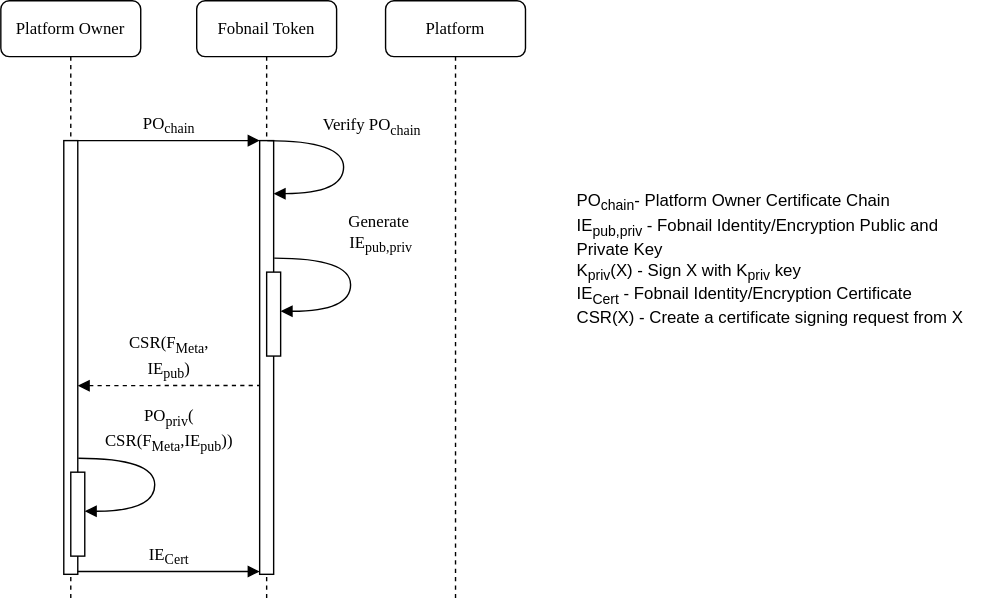
This is docs/images/Fobnail-flows-fobnail-provisioning.svg from fobnail/docs, a draw.io export, as it was before one commit. Source tidied: cells renumbered, new cells last; positions are measured from the earlier drawing's top-left corner, leaving out a move shared by most shapes. Source of this version:
```xml
<mxGraphModel>
  <root>
    <mxCell id="0" />
    <mxCell id="1" parent="0" />
    <mxCell id="2" value="Platform Owner&lt;span style=&quot;color: rgba(0 , 0 , 0 , 0) ; font-family: monospace ; font-size: 0px&quot;&gt;%3CmxGraphModel%3E%3Croot%3E%3CmxCell%20id%3D%220%22%2F%3E%3CmxCell%20id%3D%221%22%20parent%3D%220%22%2F%3E%3CmxCell%20id%3D%222%22%20value%3D%22%3AObject%22%20style%3D%22shape%3DumlLifeline%3Bperimeter%3DlifelinePerimeter%3BwhiteSpace%3Dwrap%3Bhtml%3D1%3Bcontainer%3D1%3Bcollapsible%3D0%3BrecursiveResize%3D0%3BoutlineConnect%3D0%3Brounded%3D1%3Bshadow%3D0%3Bcomic%3D0%3BlabelBackgroundColor%3Dnone%3BstrokeWidth%3D1%3BfontFamily%3DVerdana%3BfontSize%3D12%3Balign%3Dcenter%3B%22%20vertex%3D%221%22%20parent%3D%221%22%3E%3CmxGeometry%20x%3D%22110%22%20y%3D%2290%22%20width%3D%22100%22%20height%3D%22580%22%20as%3D%22geometry%22%2F%3E%3C%2FmxCell%3E%3CmxCell%20id%3D%223%22%20value%3D%22%22%20style%3D%22html%3D1%3Bpoints%3D%5B%5D%3Bperimeter%3DorthogonalPerimeter%3Brounded%3D0%3Bshadow%3D0%3Bcomic%3D0%3BlabelBackgroundColor%3Dnone%3BstrokeWidth%3D1%3BfontFamily%3DVerdana%3BfontSize%3D12%3Balign%3Dcenter%3B%22%20vertex%3D%221%22%20parent%3D%222%22%3E%3CmxGeometry%20x%3D%2245%22%20y%3D%22100%22%20width%3D%2210%22%20height%3D%22440%22%20as%3D%22geometry%22%2F%3E%3C%2FmxCell%3E%3C%2Froot%3E%3C%2FmxGraphModel%3E&lt;/span&gt;" style="shape=umlLifeline;perimeter=lifelinePerimeter;whiteSpace=wrap;html=1;rounded=1;shadow=0;comic=0;labelBackgroundColor=none;strokeWidth=1;fontFamily=Verdana;fontSize=12;align=center;" parent="1" vertex="1">
      <mxGeometry width="100" height="430" as="geometry" />
    </mxCell>
    <mxCell id="3" style="html=1;perimeter=orthogonalPerimeter;rounded=0;shadow=0;comic=0;labelBackgroundColor=none;strokeWidth=1;fontFamily=Verdana;fontSize=12;align=center;" parent="2" vertex="1">
      <mxGeometry x="45" y="100" width="10" height="310" as="geometry" />
    </mxCell>
    <mxCell id="4" value="Fobnail Token" style="shape=umlLifeline;perimeter=lifelinePerimeter;whiteSpace=wrap;html=1;outlineConnect=0;rounded=1;shadow=0;comic=0;labelBackgroundColor=none;strokeWidth=1;fontFamily=Verdana;fontSize=12;align=center;" parent="1" vertex="1">
      <mxGeometry x="140" width="100" height="430" as="geometry" />
    </mxCell>
    <mxCell id="5" style="html=1;points=[];perimeter=orthogonalPerimeter;rounded=0;shadow=0;comic=0;labelBackgroundColor=none;strokeWidth=1;fontFamily=Verdana;fontSize=12;align=center;" parent="4" vertex="1">
      <mxGeometry x="45" y="100" width="10" height="310" as="geometry" />
    </mxCell>
    <mxCell id="6" style="html=1;perimeter=orthogonalPerimeter;rounded=0;shadow=0;comic=0;labelBackgroundColor=none;strokeWidth=1;fontFamily=Verdana;fontSize=12;align=center;" parent="4" vertex="1">
      <mxGeometry x="50" y="194" width="10" height="60" as="geometry" />
    </mxCell>
    <mxCell id="7" value="Platform" style="shape=umlLifeline;perimeter=lifelinePerimeter;whiteSpace=wrap;html=1;rounded=1;shadow=0;comic=0;labelBackgroundColor=none;strokeWidth=1;fontFamily=Verdana;fontSize=12;align=center;" parent="1" vertex="1">
      <mxGeometry x="275" width="100" height="430" as="geometry" />
    </mxCell>
    <mxCell id="8" value="PO&lt;sub&gt;chain&lt;/sub&gt;" style="html=1;verticalAlign=bottom;endArrow=block;labelBackgroundColor=none;fontFamily=Verdana;fontSize=12;edgeStyle=elbowEdgeStyle;elbow=vertical;" parent="1" edge="1" target="5">
      <mxGeometry relative="1" as="geometry">
        <mxPoint x="55" y="100" as="sourcePoint" />
      </mxGeometry>
    </mxCell>
    <mxCell id="9" value="Generate&lt;br&gt;&lt;div&gt;&amp;nbsp;IE&lt;sub&gt;pub,priv&lt;/sub&gt;&lt;/div&gt;" style="html=1;verticalAlign=bottom;endArrow=block;labelBackgroundColor=none;fontFamily=Verdana;fontSize=12;elbow=vertical;edgeStyle=orthogonalEdgeStyle;curved=1;entryX=1;entryY=0.286;entryPerimeter=0;exitX=1.038;exitY=0.345;exitPerimeter=0;" parent="1" edge="1">
      <mxGeometry x="-0.22" y="20" relative="1" as="geometry">
        <mxPoint x="195.4" y="184" as="sourcePoint" />
        <mxPoint x="200" y="221.9" as="targetPoint" />
        <Array as="points">
          <mxPoint x="250" y="183.9" />
          <mxPoint x="250" y="221.9" />
        </Array>
      </mxGeometry>
    </mxCell>
    <mxCell id="10" value="Verify PO&lt;sub&gt;chain&lt;/sub&gt;" style="html=1;verticalAlign=bottom;endArrow=block;labelBackgroundColor=none;fontFamily=Verdana;fontSize=12;elbow=vertical;edgeStyle=orthogonalEdgeStyle;curved=1;entryX=1;entryY=0.286;entryPerimeter=0;exitX=1.038;exitY=0.345;exitPerimeter=0;" parent="1" edge="1">
      <mxGeometry x="-0.22" y="20" relative="1" as="geometry">
        <mxPoint x="190.4" y="100" as="sourcePoint" />
        <mxPoint x="195" y="137.9" as="targetPoint" />
        <Array as="points">
          <mxPoint x="245" y="99.9" />
          <mxPoint x="245" y="137.9" />
        </Array>
      </mxGeometry>
    </mxCell>
    <mxCell id="11" value="&lt;span style=&quot;font-family: &amp;quot;verdana&amp;quot;&quot;&gt;CSR&lt;/span&gt;&lt;span style=&quot;font-family: &amp;quot;verdana&amp;quot;&quot;&gt;(F&lt;/span&gt;&lt;sub style=&quot;font-family: &amp;quot;verdana&amp;quot;&quot;&gt;Meta&lt;/sub&gt;&lt;span style=&quot;font-family: &amp;quot;verdana&amp;quot;&quot;&gt;, &lt;br&gt;&lt;/span&gt;&lt;span style=&quot;font-family: &amp;quot;verdana&amp;quot;&quot;&gt;IE&lt;/span&gt;&lt;sub style=&quot;font-family: &amp;quot;verdana&amp;quot;&quot;&gt;pub&lt;/sub&gt;&lt;span style=&quot;font-family: &amp;quot;verdana&amp;quot;&quot;&gt;)&lt;/span&gt;" style="html=1;verticalAlign=bottom;endArrow=none;entryX=0;entryY=0;labelBackgroundColor=none;fontFamily=Verdana;fontSize=12;edgeStyle=elbowEdgeStyle;elbow=vertical;startArrow=block;startFill=1;endFill=0;dashed=1;" parent="1" edge="1">
      <mxGeometry relative="1" as="geometry">
        <mxPoint x="55" y="275.2" as="sourcePoint" />
        <mxPoint x="185" y="275.2" as="targetPoint" />
      </mxGeometry>
    </mxCell>
    <mxCell id="12" style="html=1;perimeter=orthogonalPerimeter;rounded=0;shadow=0;comic=0;labelBackgroundColor=none;strokeWidth=1;fontFamily=Verdana;fontSize=12;align=center;" parent="1" vertex="1">
      <mxGeometry x="50" y="337" width="10" height="60" as="geometry" />
    </mxCell>
    <mxCell id="13" value="&lt;div&gt;PO&lt;sub&gt;priv&lt;/sub&gt;(&lt;/div&gt;&lt;div&gt;CSR(F&lt;sub&gt;Meta&lt;/sub&gt;,IE&lt;sub&gt;pub&lt;/sub&gt;))&lt;/div&gt;" style="html=1;verticalAlign=bottom;endArrow=block;labelBackgroundColor=none;fontFamily=Verdana;fontSize=12;elbow=vertical;edgeStyle=orthogonalEdgeStyle;curved=1;entryX=1;entryY=0.286;entryPerimeter=0;exitX=1.038;exitY=0.345;exitPerimeter=0;" parent="1" edge="1">
      <mxGeometry x="-0.23" y="10" relative="1" as="geometry">
        <mxPoint x="55.4" y="327" as="sourcePoint" />
        <mxPoint x="60" y="364.9" as="targetPoint" />
        <Array as="points">
          <mxPoint x="110" y="326.9" />
          <mxPoint x="110" y="364.9" />
        </Array>
      </mxGeometry>
    </mxCell>
    <mxCell id="14" value="IE&lt;sub&gt;Cert&lt;/sub&gt;" style="html=1;verticalAlign=bottom;endArrow=block;entryX=0;entryY=0;labelBackgroundColor=none;fontFamily=Verdana;fontSize=12;edgeStyle=elbowEdgeStyle;elbow=vertical;" parent="1" edge="1">
      <mxGeometry relative="1" as="geometry">
        <mxPoint x="55" y="408" as="sourcePoint" />
        <mxPoint x="185" y="408" as="targetPoint" />
      </mxGeometry>
    </mxCell>
    <mxCell id="15" value="PO&lt;sub&gt;chain&lt;/sub&gt;- Platform Owner Certificate Chain&lt;br&gt;IE&lt;sub&gt;pub,priv&lt;/sub&gt;&amp;nbsp;- Fobnail Identity/Encryption Public and Private Key&lt;br&gt;K&lt;sub&gt;priv&lt;/sub&gt;(X)&amp;nbsp;- Sign X with K&lt;sub&gt;priv&lt;/sub&gt;&amp;nbsp;key&lt;br&gt;IE&lt;sub&gt;Cert&lt;/sub&gt;&amp;nbsp;- Fobnail Identity/Encryption Certificate&lt;br&gt;CSR(X) - Create a certificate signing request from X" style="text;html=1;strokeColor=none;fillColor=none;align=left;verticalAlign=middle;whiteSpace=wrap;rounded=0;" parent="1" vertex="1">
      <mxGeometry x="410" y="130" width="300" height="110" as="geometry" />
    </mxCell>
  </root>
</mxGraphModel>
```
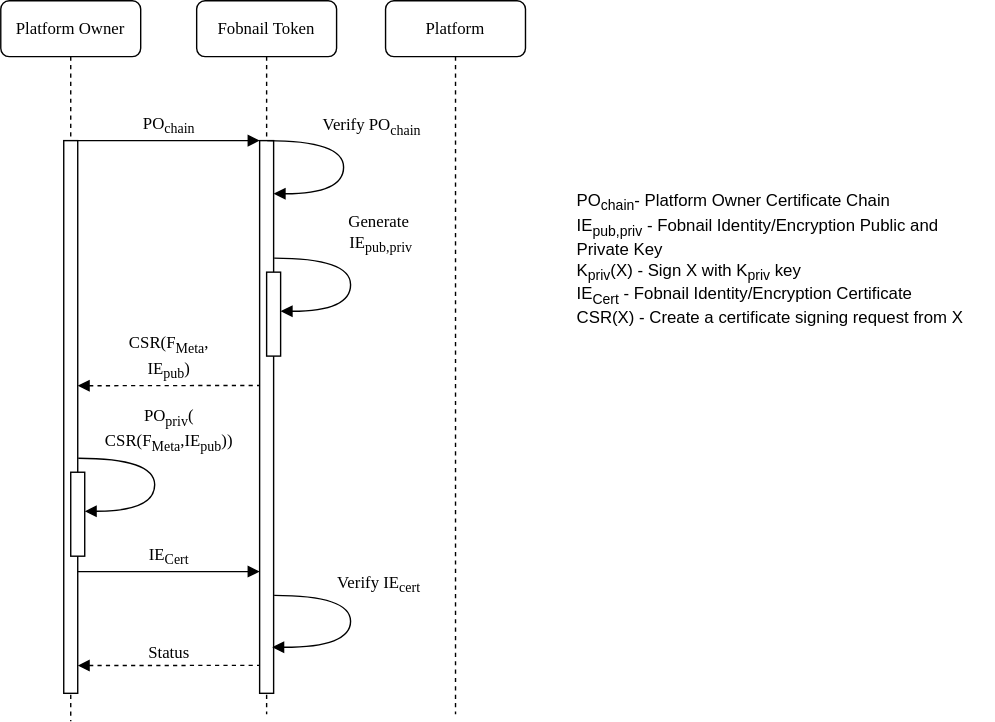
The same file after the commit.

Change to the diagram source:
```diff
@@ -3,22 +3,28 @@
     <mxCell id="0" />
     <mxCell id="1" parent="0" />
     <mxCell id="2" value="Platform Owner&lt;span style=&quot;color: rgba(0 , 0 , 0 , 0) ; font-family: monospace ; font-size: 0px&quot;&gt;%3CmxGraphModel%3E%3Croot%3E%3CmxCell%20id%3D%220%22%2F%3E%3CmxCell%20id%3D%221%22%20parent%3D%220%22%2F%3E%3CmxCell%20id%3D%222%22%20value%3D%22%3AObject%22%20style%3D%22shape%3DumlLifeline%3Bperimeter%3DlifelinePerimeter%3BwhiteSpace%3Dwrap%3Bhtml%3D1%3Bcontainer%3D1%3Bcollapsible%3D0%3BrecursiveResize%3D0%3BoutlineConnect%3D0%3Brounded%3D1%3Bshadow%3D0%3Bcomic%3D0%3BlabelBackgroundColor%3Dnone%3BstrokeWidth%3D1%3BfontFamily%3DVerdana%3BfontSize%3D12%3Balign%3Dcenter%3B%22%20vertex%3D%221%22%20parent%3D%221%22%3E%3CmxGeometry%20x%3D%22110%22%20y%3D%2290%22%20width%3D%22100%22%20height%3D%22580%22%20as%3D%22geometry%22%2F%3E%3C%2FmxCell%3E%3CmxCell%20id%3D%223%22%20value%3D%22%22%20style%3D%22html%3D1%3Bpoints%3D%5B%5D%3Bperimeter%3DorthogonalPerimeter%3Brounded%3D0%3Bshadow%3D0%3Bcomic%3D0%3BlabelBackgroundColor%3Dnone%3BstrokeWidth%3D1%3BfontFamily%3DVerdana%3BfontSize%3D12%3Balign%3Dcenter%3B%22%20vertex%3D%221%22%20parent%3D%222%22%3E%3CmxGeometry%20x%3D%2245%22%20y%3D%22100%22%20width%3D%2210%22%20height%3D%22440%22%20as%3D%22geometry%22%2F%3E%3C%2FmxCell%3E%3C%2Froot%3E%3C%2FmxGraphModel%3E&lt;/span&gt;" style="shape=umlLifeline;perimeter=lifelinePerimeter;whiteSpace=wrap;html=1;rounded=1;shadow=0;comic=0;labelBackgroundColor=none;strokeWidth=1;fontFamily=Verdana;fontSize=12;align=center;" parent="1" vertex="1">
-      <mxGeometry width="100" height="430" as="geometry" />
+      <mxGeometry width="100" height="515" as="geometry" />
     </mxCell>
     <mxCell id="3" style="html=1;perimeter=orthogonalPerimeter;rounded=0;shadow=0;comic=0;labelBackgroundColor=none;strokeWidth=1;fontFamily=Verdana;fontSize=12;align=center;" parent="2" vertex="1">
-      <mxGeometry x="45" y="100" width="10" height="310" as="geometry" />
+      <mxGeometry x="45" y="100" width="10" height="395" as="geometry" />
     </mxCell>
     <mxCell id="4" value="Fobnail Token" style="shape=umlLifeline;perimeter=lifelinePerimeter;whiteSpace=wrap;html=1;outlineConnect=0;rounded=1;shadow=0;comic=0;labelBackgroundColor=none;strokeWidth=1;fontFamily=Verdana;fontSize=12;align=center;" parent="1" vertex="1">
-      <mxGeometry x="140" width="100" height="430" as="geometry" />
+      <mxGeometry x="140" width="100" height="510" as="geometry" />
     </mxCell>
     <mxCell id="5" style="html=1;points=[];perimeter=orthogonalPerimeter;rounded=0;shadow=0;comic=0;labelBackgroundColor=none;strokeWidth=1;fontFamily=Verdana;fontSize=12;align=center;" parent="4" vertex="1">
-      <mxGeometry x="45" y="100" width="10" height="310" as="geometry" />
+      <mxGeometry x="45" y="100" width="10" height="395" as="geometry" />
     </mxCell>
     <mxCell id="6" style="html=1;perimeter=orthogonalPerimeter;rounded=0;shadow=0;comic=0;labelBackgroundColor=none;strokeWidth=1;fontFamily=Verdana;fontSize=12;align=center;" parent="4" vertex="1">
       <mxGeometry x="50" y="194" width="10" height="60" as="geometry" />
     </mxCell>
+    <mxCell id="16" value="&lt;font face=&quot;verdana&quot;&gt;Status&lt;/font&gt;" style="html=1;verticalAlign=bottom;endArrow=none;entryX=0;entryY=0;labelBackgroundColor=none;fontFamily=Verdana;fontSize=12;edgeStyle=elbowEdgeStyle;elbow=vertical;startArrow=block;startFill=1;endFill=0;dashed=1;" parent="4" edge="1">
+      <mxGeometry relative="1" as="geometry">
+        <mxPoint x="-85" y="475.2" as="sourcePoint" />
+        <mxPoint x="45" y="475.2" as="targetPoint" />
+      </mxGeometry>
+    </mxCell>
     <mxCell id="7" value="Platform" style="shape=umlLifeline;perimeter=lifelinePerimeter;whiteSpace=wrap;html=1;rounded=1;shadow=0;comic=0;labelBackgroundColor=none;strokeWidth=1;fontFamily=Verdana;fontSize=12;align=center;" parent="1" vertex="1">
-      <mxGeometry x="275" width="100" height="430" as="geometry" />
+      <mxGeometry x="275" width="100" height="510" as="geometry" />
     </mxCell>
     <mxCell id="8" value="PO&lt;sub&gt;chain&lt;/sub&gt;" style="html=1;verticalAlign=bottom;endArrow=block;labelBackgroundColor=none;fontFamily=Verdana;fontSize=12;edgeStyle=elbowEdgeStyle;elbow=vertical;" parent="1" edge="1" target="5">
       <mxGeometry relative="1" as="geometry">
@@ -73,5 +79,14 @@
     <mxCell id="15" value="PO&lt;sub&gt;chain&lt;/sub&gt;- Platform Owner Certificate Chain&lt;br&gt;IE&lt;sub&gt;pub,priv&lt;/sub&gt;&amp;nbsp;- Fobnail Identity/Encryption Public and Private Key&lt;br&gt;K&lt;sub&gt;priv&lt;/sub&gt;(X)&amp;nbsp;- Sign X with K&lt;sub&gt;priv&lt;/sub&gt;&amp;nbsp;key&lt;br&gt;IE&lt;sub&gt;Cert&lt;/sub&gt;&amp;nbsp;- Fobnail Identity/Encryption Certificate&lt;br&gt;CSR(X) - Create a certificate signing request from X" style="text;html=1;strokeColor=none;fillColor=none;align=left;verticalAlign=middle;whiteSpace=wrap;rounded=0;" parent="1" vertex="1">
       <mxGeometry x="410" y="130" width="300" height="110" as="geometry" />
     </mxCell>
+    <mxCell id="17" value="Verify IE&lt;sub&gt;cert&lt;br&gt;&lt;/sub&gt;" style="html=1;verticalAlign=bottom;endArrow=block;labelBackgroundColor=none;fontFamily=Verdana;fontSize=12;elbow=vertical;edgeStyle=orthogonalEdgeStyle;curved=1;entryX=0.54;entryY=0.906;entryPerimeter=0;exitX=1.038;exitY=0.345;exitPerimeter=0;entryDx=0;entryDy=0;" parent="1" edge="1" target="4">
+      <mxGeometry x="-0.22" y="20" relative="1" as="geometry">
+        <mxPoint x="195.4" y="425" as="sourcePoint" />
+        <Array as="points">
+          <mxPoint x="250" y="425" />
+          <mxPoint x="250" y="462" />
+        </Array>
+      </mxGeometry>
+    </mxCell>
   </root>
 </mxGraphModel>
```
